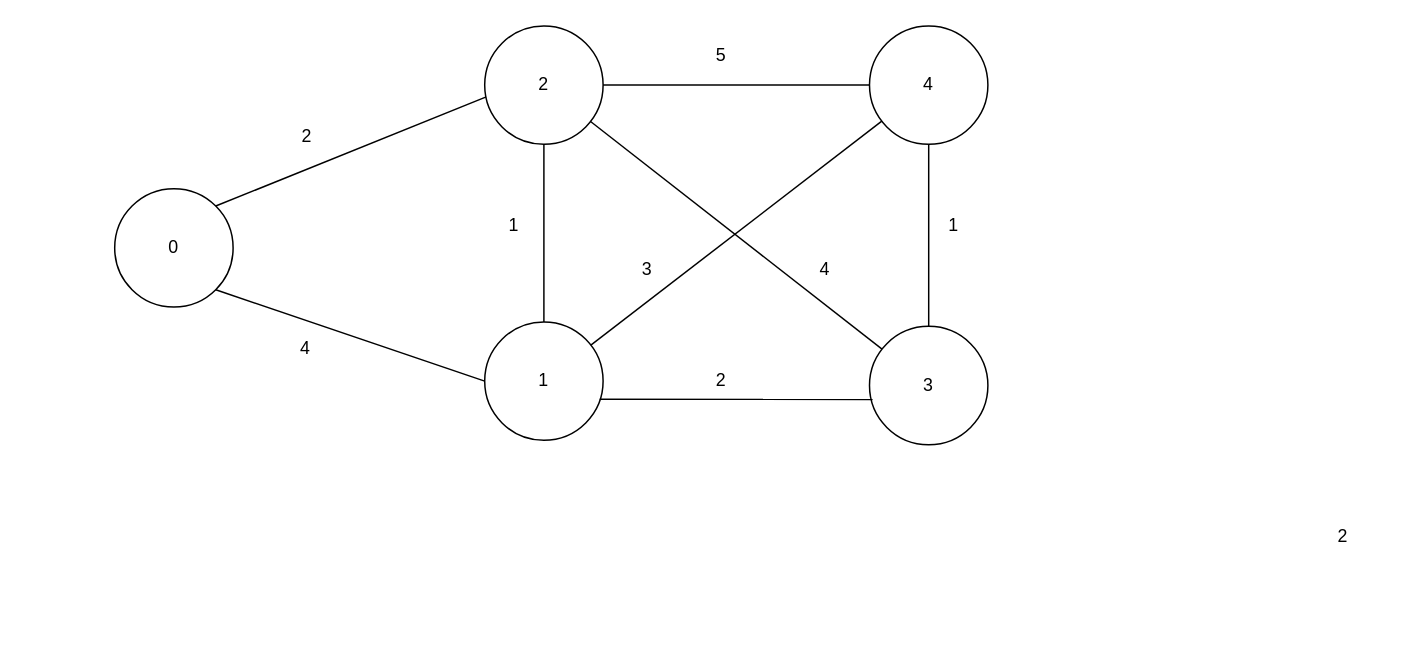
fccc100/Draw.io keeps this draw.io diagram as 最短路径.drawio. Above is the earlier version. Source tidied: cells renumbered, new cells numbered last; positions are measured from the earlier drawing's top-left corner, leaving out a move shared by most shapes. Both pictures are drawn from the tidied source at 148%, with x=0, y=0 at pixel (114, 25).
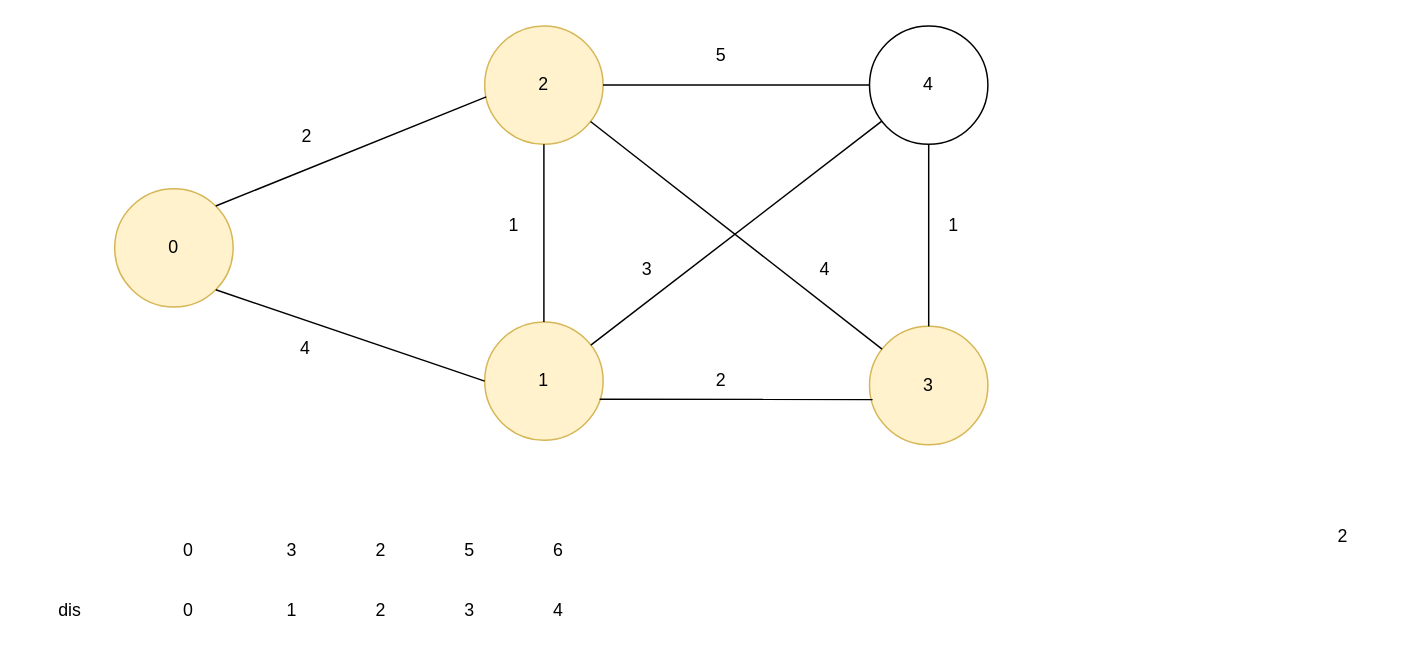
Above is the later version.

Commit message:
更新最短路径.drawio

What changed in the source:
```diff
@@
-    <mxCell id="2" value="0" style="ellipse;whiteSpace=wrap;html=1;" parent="1" vertex="1">
+    <mxCell id="2" value="0" style="ellipse;whiteSpace=wrap;html=1;fillColor=#fff2cc;strokeColor=#d6b656;" parent="1" vertex="1">
       <mxGeometry y="110" width="80" height="80" as="geometry" />
     </mxCell>
-    <mxCell id="3" value="2" style="ellipse;whiteSpace=wrap;html=1;" parent="1" vertex="1">
+    <mxCell id="3" value="2" style="ellipse;whiteSpace=wrap;html=1;fillColor=#fff2cc;strokeColor=#d6b656;" parent="1" vertex="1">
       <mxGeometry x="250" width="80" height="80" as="geometry" />
     </mxCell>
-    <mxCell id="4" value="1" style="ellipse;whiteSpace=wrap;html=1;" parent="1" vertex="1">
+    <mxCell id="4" value="1" style="ellipse;whiteSpace=wrap;html=1;fillColor=#fff2cc;strokeColor=#d6b656;" parent="1" vertex="1">
       <mxGeometry x="250" y="200" width="80" height="80" as="geometry" />
     </mxCell>
@@
-    <mxCell id="6" value="3" style="ellipse;whiteSpace=wrap;html=1;" parent="1" vertex="1">
+    <mxCell id="6" value="3" style="ellipse;whiteSpace=wrap;html=1;fillColor=#fff2cc;strokeColor=#d6b656;" parent="1" vertex="1">
       <mxGeometry x="510" y="203" width="80" height="80" as="geometry" />
     </mxCell>
@@
+    <mxCell id="24" value="dis" style="text;html=1;strokeColor=none;fillColor=none;align=center;verticalAlign=middle;whiteSpace=wrap;rounded=0;" parent="1" vertex="1">
+      <mxGeometry x="-60" y="380" width="60" height="30" as="geometry" />
+    </mxCell>
+    <mxCell id="25" value="0" style="text;html=1;strokeColor=none;fillColor=none;align=center;verticalAlign=middle;whiteSpace=wrap;rounded=0;" parent="1" vertex="1">
+      <mxGeometry x="20" y="380" width="60" height="30" as="geometry" />
+    </mxCell>
+    <mxCell id="26" value="1" style="text;html=1;strokeColor=none;fillColor=none;align=center;verticalAlign=middle;whiteSpace=wrap;rounded=0;" parent="1" vertex="1">
+      <mxGeometry x="90" y="380" width="60" height="30" as="geometry" />
+    </mxCell>
+    <mxCell id="27" value="4" style="text;html=1;strokeColor=none;fillColor=none;align=center;verticalAlign=middle;whiteSpace=wrap;rounded=0;" parent="1" vertex="1">
+      <mxGeometry x="270" y="380" width="60" height="30" as="geometry" />
+    </mxCell>
+    <mxCell id="28" value="3" style="text;html=1;strokeColor=none;fillColor=none;align=center;verticalAlign=middle;whiteSpace=wrap;rounded=0;" parent="1" vertex="1">
+      <mxGeometry x="210" y="380" width="60" height="30" as="geometry" />
+    </mxCell>
+    <mxCell id="29" value="2" style="text;html=1;strokeColor=none;fillColor=none;align=center;verticalAlign=middle;whiteSpace=wrap;rounded=0;" parent="1" vertex="1">
+      <mxGeometry x="150" y="380" width="60" height="30" as="geometry" />
+    </mxCell>
+    <mxCell id="30" value="0" style="text;html=1;strokeColor=none;fillColor=none;align=center;verticalAlign=middle;whiteSpace=wrap;rounded=0;" parent="1" vertex="1">
+      <mxGeometry x="20" y="340" width="60" height="30" as="geometry" />
+    </mxCell>
+    <mxCell id="31" value="3" style="text;html=1;strokeColor=none;fillColor=none;align=center;verticalAlign=middle;whiteSpace=wrap;rounded=0;" parent="1" vertex="1">
+      <mxGeometry x="90" y="340" width="60" height="30" as="geometry" />
+    </mxCell>
+    <mxCell id="32" value="2" style="text;html=1;strokeColor=none;fillColor=none;align=center;verticalAlign=middle;whiteSpace=wrap;rounded=0;" parent="1" vertex="1">
+      <mxGeometry x="150" y="340" width="60" height="30" as="geometry" />
+    </mxCell>
+    <mxCell id="33" value="5" style="text;html=1;strokeColor=none;fillColor=none;align=center;verticalAlign=middle;whiteSpace=wrap;rounded=0;" parent="1" vertex="1">
+      <mxGeometry x="210" y="340" width="60" height="30" as="geometry" />
+    </mxCell>
+    <mxCell id="34" value="6" style="text;html=1;strokeColor=none;fillColor=none;align=center;verticalAlign=middle;whiteSpace=wrap;rounded=0;" parent="1" vertex="1">
+      <mxGeometry x="270" y="340" width="60" height="30" as="geometry" />
+    </mxCell>
```
